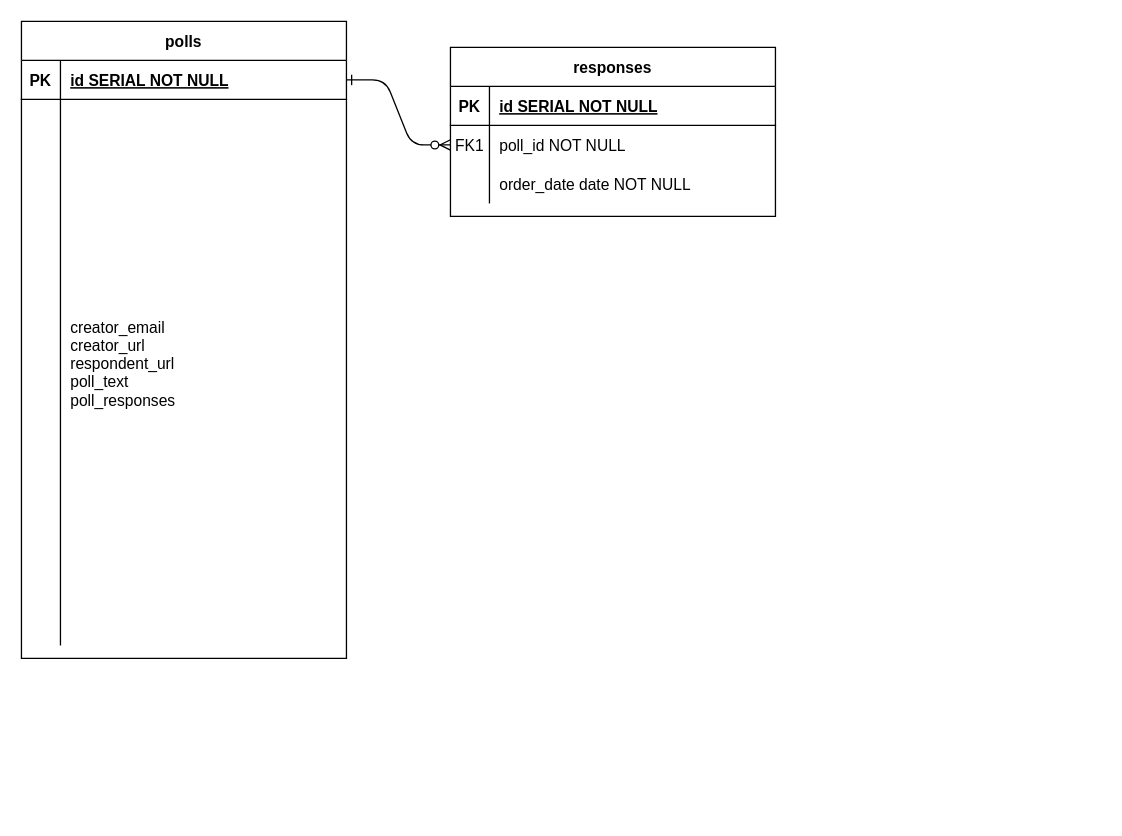
The draw.io diagram docs/ERD.drawio in gybubest/midterm, before the edit. Source tidied: cells renumbered, new cells numbered last; positions are measured from the earlier drawing's top-left corner, leaving out a move shared by most shapes. Both pictures are drawn from the tidied source at 130%, with x=0, y=0 at pixel (21, 21).
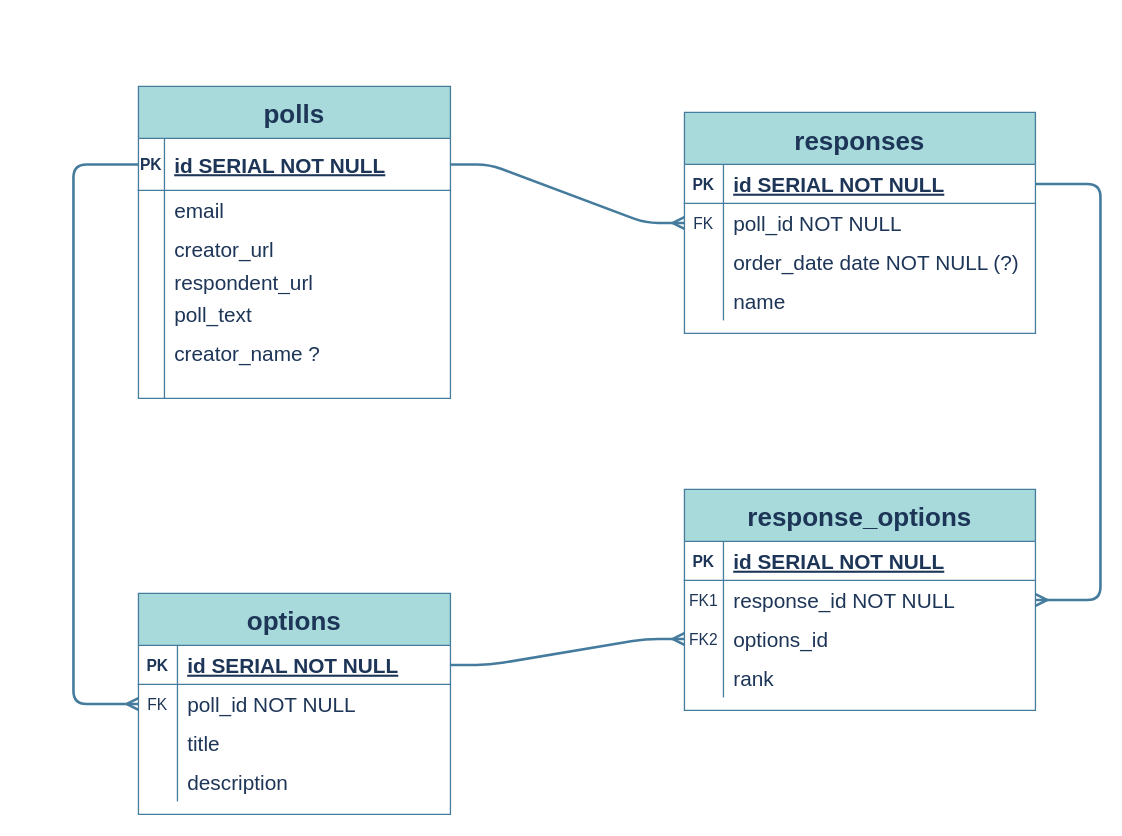
Above is the later version.

Commit message:
Update ERD.drawio - First complete draft

Change to the diagram source:
```diff
@@
-    <mxCell id="2" style="edgeStyle=entityRelationEdgeStyle;endArrow=ERzeroToMany;startArrow=ERone;endFill=1;startFill=0;" parent="1" edge="1" source="14" target="7">
+    <mxCell id="2" style="edgeStyle=entityRelationEdgeStyle;endArrow=ERmany;startArrow=none;endFill=0;startFill=0;strokeWidth=2;labelBackgroundColor=#F1FAEE;strokeColor=#457B9D;fontColor=#1D3557;" parent="1" edge="1" source="14" target="7">
       <mxGeometry relative="1" as="geometry" />
     </mxCell>
-    <mxCell id="3" value="responses" style="shape=table;startSize=30;childLayout=tableLayout;rowLines=0;fontStyle=1;align=center;" parent="1" vertex="1">
-      <mxGeometry x="330" y="20" width="250" height="130" as="geometry" />
+    <mxCell id="3" value="responses" style="shape=table;startSize=40;childLayout=tableLayout;rowLines=0;fontStyle=1;align=center;fontSize=20;fillColor=#A8DADC;strokeColor=#457B9D;fontColor=#1D3557;" parent="1" vertex="1">
+      <mxGeometry x="510" y="70" width="270" height="170" as="geometry" />
     </mxCell>
-    <mxCell id="4" style="shape=partialRectangle;fillColor=none;points=[[0,0.5],[1,0.5]];portConstraint=eastwest;top=0;left=0;right=0;bottom=1;" parent="3" vertex="1">
-      <mxGeometry y="30" width="250" height="30" as="geometry" />
+    <mxCell id="4" style="shape=partialRectangle;fillColor=none;points=[[0,0.5],[1,0.5]];portConstraint=eastwest;top=0;left=0;right=0;bottom=1;strokeColor=#457B9D;fontColor=#1D3557;" parent="3" vertex="1">
+      <mxGeometry y="40" width="270" height="30" as="geometry" />
     </mxCell>
-    <mxCell id="5" value="PK" style="shape=partialRectangle;overflow=hidden;fillColor=none;top=0;left=0;bottom=0;right=0;fontStyle=1;" parent="4" vertex="1">
+    <mxCell id="5" value="PK" style="shape=partialRectangle;overflow=hidden;fillColor=none;top=0;left=0;bottom=0;right=0;fontStyle=1;strokeColor=#457B9D;fontColor=#1D3557;" parent="4" vertex="1">
       <mxGeometry width="30" height="30" as="geometry" />
     </mxCell>
-    <mxCell id="6" value="id SERIAL NOT NULL " style="shape=partialRectangle;overflow=hidden;fillColor=none;top=0;left=0;bottom=0;right=0;align=left;spacingLeft=6;fontStyle=5;" parent="4" vertex="1">
-      <mxGeometry x="30" width="220" height="30" as="geometry" />
+    <mxCell id="6" value="id SERIAL NOT NULL " style="shape=partialRectangle;overflow=hidden;fillColor=none;top=0;left=0;bottom=0;right=0;align=left;spacingLeft=6;fontStyle=5;fontSize=16;strokeColor=#457B9D;fontColor=#1D3557;" parent="4" vertex="1">
+      <mxGeometry x="30" width="240" height="30" as="geometry" />
     </mxCell>
-    <mxCell id="7" style="shape=partialRectangle;fillColor=none;points=[[0,0.5],[1,0.5]];portConstraint=eastwest;top=0;left=0;right=0;bottom=0;" parent="3" vertex="1">
-      <mxGeometry y="60" width="250" height="30" as="geometry" />
+    <mxCell id="7" style="shape=partialRectangle;fillColor=none;points=[[0,0.5],[1,0.5]];portConstraint=eastwest;top=0;left=0;right=0;bottom=0;strokeColor=#457B9D;fontColor=#1D3557;" parent="3" vertex="1">
+      <mxGeometry y="70" width="270" height="30" as="geometry" />
     </mxCell>
-    <mxCell id="8" value="FK1" style="shape=partialRectangle;overflow=hidden;fillColor=none;top=0;left=0;bottom=0;right=0;" parent="7" vertex="1">
+    <mxCell id="8" value="FK" style="shape=partialRectangle;overflow=hidden;fillColor=none;top=0;left=0;bottom=0;right=0;strokeColor=#457B9D;fontColor=#1D3557;" parent="7" vertex="1">
       <mxGeometry width="30" height="30" as="geometry" />
     </mxCell>
-    <mxCell id="9" value="poll_id NOT NULL" style="shape=partialRectangle;overflow=hidden;fillColor=none;top=0;left=0;bottom=0;right=0;align=left;spacingLeft=6;" parent="7" vertex="1">
-      <mxGeometry x="30" width="220" height="30" as="geometry" />
+    <mxCell id="9" value="poll_id NOT NULL" style="shape=partialRectangle;overflow=hidden;fillColor=none;top=0;left=0;bottom=0;right=0;align=left;spacingLeft=6;fontSize=16;strokeColor=#457B9D;fontColor=#1D3557;" parent="7" vertex="1">
+      <mxGeometry x="30" width="240" height="30" as="geometry" />
     </mxCell>
-    <mxCell id="10" style="shape=partialRectangle;fillColor=none;top=0;left=0;right=0;bottom=0;" parent="3" vertex="1">
-      <mxGeometry y="90" width="250" height="30" as="geometry" />
+    <mxCell id="10" style="shape=partialRectangle;fillColor=none;top=0;left=0;right=0;bottom=0;strokeColor=#457B9D;fontColor=#1D3557;" parent="3" vertex="1">
+      <mxGeometry y="100" width="270" height="30" as="geometry" />
     </mxCell>
-    <mxCell id="11" style="shape=partialRectangle;overflow=hidden;fillColor=none;top=0;left=0;bottom=0;right=0;" parent="10" vertex="1">
+    <mxCell id="11" style="shape=partialRectangle;overflow=hidden;fillColor=none;top=0;left=0;bottom=0;right=0;strokeColor=#457B9D;fontColor=#1D3557;" parent="10" vertex="1">
       <mxGeometry width="30" height="30" as="geometry" />
     </mxCell>
-    <mxCell id="12" value="order_date date NOT NULL" style="shape=partialRectangle;overflow=hidden;fillColor=none;top=0;left=0;bottom=0;right=0;align=left;spacingLeft=6;" parent="10" vertex="1">
-      <mxGeometry x="30" width="220" height="30" as="geometry" />
+    <mxCell id="12" value="order_date date NOT NULL (?)" style="shape=partialRectangle;overflow=hidden;fillColor=none;top=0;left=0;bottom=0;right=0;align=left;spacingLeft=6;fontSize=16;strokeColor=#457B9D;fontColor=#1D3557;" parent="10" vertex="1">
+      <mxGeometry x="30" width="240" height="30" as="geometry" />
     </mxCell>
+    <mxCell id="20" style="shape=partialRectangle;fillColor=none;top=0;left=0;right=0;bottom=0;strokeColor=#457B9D;fontColor=#1D3557;" parent="3" vertex="1">
+      <mxGeometry y="130" width="270" height="30" as="geometry" />
+    </mxCell>
+    <mxCell id="21" style="shape=partialRectangle;overflow=hidden;fillColor=none;top=0;left=0;bottom=0;right=0;strokeColor=#457B9D;fontColor=#1D3557;" parent="20" vertex="1">
+      <mxGeometry width="30" height="30" as="geometry" />
+    </mxCell>
+    <mxCell id="22" value="name" style="shape=partialRectangle;overflow=hidden;fillColor=none;top=0;left=0;bottom=0;right=0;align=left;spacingLeft=6;fontSize=16;strokeColor=#457B9D;fontColor=#1D3557;" parent="20" vertex="1">
+      <mxGeometry x="30" width="240" height="30" as="geometry" />
+    </mxCell>
-    <mxCell id="13" value="polls" style="shape=table;startSize=30;childLayout=tableLayout;rowLines=0;fontStyle=1;align=center;" parent="1" vertex="1">
-      <mxGeometry width="250" height="490" as="geometry" />
+    <mxCell id="13" value="polls" style="shape=table;startSize=40;childLayout=tableLayout;rowLines=0;fontStyle=1;align=center;fontSize=20;fillColor=#A8DADC;strokeColor=#457B9D;fontColor=#1D3557;" parent="1" vertex="1">
+      <mxGeometry x="90" y="50" width="240" height="240" as="geometry" />
     </mxCell>
-    <mxCell id="14" style="shape=partialRectangle;fillColor=none;points=[[0,0.5],[1,0.5]];portConstraint=eastwest;top=0;left=0;right=0;bottom=1;" parent="13" vertex="1">
-      <mxGeometry y="30" width="250" height="30" as="geometry" />
+    <mxCell id="14" style="shape=partialRectangle;fillColor=none;points=[[0,0.5],[1,0.5]];portConstraint=eastwest;top=0;left=0;right=0;bottom=1;strokeColor=#457B9D;fontColor=#1D3557;" parent="13" vertex="1">
+      <mxGeometry y="40" width="240" height="40" as="geometry" />
     </mxCell>
-    <mxCell id="15" value="PK" style="shape=partialRectangle;overflow=hidden;fillColor=none;top=0;left=0;bottom=0;right=0;fontStyle=1;" parent="14" vertex="1">
-      <mxGeometry width="30" height="30" as="geometry" />
+    <mxCell id="15" value="PK" style="shape=partialRectangle;overflow=hidden;fillColor=none;top=0;left=0;bottom=0;right=0;fontStyle=1;strokeColor=#457B9D;fontColor=#1D3557;" parent="14" vertex="1">
+      <mxGeometry width="20" height="40" as="geometry" />
     </mxCell>
-    <mxCell id="16" value="id SERIAL NOT NULL " style="shape=partialRectangle;overflow=hidden;fillColor=none;top=0;left=0;bottom=0;right=0;align=left;spacingLeft=6;fontStyle=5;" parent="14" vertex="1">
-      <mxGeometry x="30" width="220" height="30" as="geometry" />
+    <mxCell id="16" value="id SERIAL NOT NULL " style="shape=partialRectangle;overflow=hidden;fillColor=none;top=0;left=0;bottom=0;right=0;align=left;spacingLeft=6;fontStyle=5;fontSize=16;strokeColor=#457B9D;fontColor=#1D3557;" parent="14" vertex="1">
+      <mxGeometry x="20" width="220" height="40" as="geometry" />
     </mxCell>
-    <mxCell id="17" style="shape=partialRectangle;fillColor=none;top=0;left=0;right=0;bottom=0;" parent="13" vertex="1">
-      <mxGeometry y="60" width="250" height="420" as="geometry" />
-    </mxCell>
-    <mxCell id="18" style="shape=partialRectangle;overflow=hidden;fillColor=none;top=0;left=0;bottom=0;right=0;" parent="17" vertex="1">
-      <mxGeometry width="30" height="420" as="geometry" />
-    </mxCell>
-    <mxCell id="19" value="creator_email&#10;creator_url&#10;respondent_url&#10;poll_text&#10;poll_responses&#10;" style="shape=partialRectangle;overflow=hidden;fillColor=none;top=0;left=0;bottom=0;right=0;align=left;spacingLeft=6;" parent="17" vertex="1">
-      <mxGeometry x="30" width="220" height="420" as="geometry" />
-    </mxCell>
+    <mxCell id="23" style="shape=partialRectangle;fillColor=none;top=0;left=0;right=0;bottom=0;strokeColor=#457B9D;fontColor=#1D3557;" parent="13" vertex="1">
+      <mxGeometry y="80" width="240" height="30" as="geometry" />
+    </mxCell>
+    <mxCell id="24" style="shape=partialRectangle;overflow=hidden;fillColor=none;top=0;left=0;bottom=0;right=0;strokeColor=#457B9D;fontColor=#1D3557;" parent="23" vertex="1">
+      <mxGeometry width="20" height="30" as="geometry" />
+    </mxCell>
+    <mxCell id="25" value="email" style="shape=partialRectangle;overflow=hidden;fillColor=none;top=0;left=0;bottom=0;right=0;align=left;spacingLeft=6;verticalAlign=middle;fontSize=16;strokeColor=#457B9D;fontColor=#1D3557;" parent="23" vertex="1">
+      <mxGeometry x="20" width="220" height="30" as="geometry" />
+    </mxCell>
+    <mxCell id="26" style="shape=partialRectangle;fillColor=none;top=0;left=0;right=0;bottom=0;strokeColor=#457B9D;fontColor=#1D3557;" parent="13" vertex="1">
+      <mxGeometry y="110" width="240" height="30" as="geometry" />
+    </mxCell>
+    <mxCell id="27" style="shape=partialRectangle;overflow=hidden;fillColor=none;top=0;left=0;bottom=0;right=0;strokeColor=#457B9D;fontColor=#1D3557;" parent="26" vertex="1">
+      <mxGeometry width="20" height="30" as="geometry" />
+    </mxCell>
+    <mxCell id="28" value="creator_url" style="shape=partialRectangle;overflow=hidden;fillColor=none;top=0;left=0;bottom=0;right=0;align=left;spacingLeft=6;verticalAlign=middle;fontSize=16;strokeColor=#457B9D;fontColor=#1D3557;" parent="26" vertex="1">
+      <mxGeometry x="20" width="220" height="30" as="geometry" />
+    </mxCell>
+    <mxCell id="29" style="shape=partialRectangle;fillColor=none;top=0;left=0;right=0;bottom=0;strokeColor=#457B9D;fontColor=#1D3557;" parent="13" vertex="1">
+      <mxGeometry y="140" width="240" height="20" as="geometry" />
+    </mxCell>
+    <mxCell id="30" style="shape=partialRectangle;overflow=hidden;fillColor=none;top=0;left=0;bottom=0;right=0;strokeColor=#457B9D;fontColor=#1D3557;" parent="29" vertex="1">
+      <mxGeometry width="20" height="20" as="geometry" />
+    </mxCell>
+    <mxCell id="31" value="respondent_url" style="shape=partialRectangle;overflow=hidden;fillColor=none;top=0;left=0;bottom=0;right=0;align=left;spacingLeft=6;verticalAlign=middle;fontSize=16;strokeColor=#457B9D;fontColor=#1D3557;" parent="29" vertex="1">
+      <mxGeometry x="20" width="220" height="20" as="geometry" />
+    </mxCell>
+    <mxCell id="32" style="shape=partialRectangle;fillColor=none;top=0;left=0;right=0;bottom=0;strokeColor=#457B9D;fontColor=#1D3557;" parent="13" vertex="1">
+      <mxGeometry y="160" width="240" height="30" as="geometry" />
+    </mxCell>
+    <mxCell id="33" style="shape=partialRectangle;overflow=hidden;fillColor=none;top=0;left=0;bottom=0;right=0;strokeColor=#457B9D;fontColor=#1D3557;" parent="32" vertex="1">
+      <mxGeometry width="20" height="30" as="geometry" />
+    </mxCell>
+    <mxCell id="34" value="poll_text" style="shape=partialRectangle;overflow=hidden;fillColor=none;top=0;left=0;bottom=0;right=0;align=left;spacingLeft=6;verticalAlign=middle;fontSize=16;strokeColor=#457B9D;fontColor=#1D3557;" parent="32" vertex="1">
+      <mxGeometry x="20" width="220" height="30" as="geometry" />
+    </mxCell>
+    <mxCell id="35" style="shape=partialRectangle;fillColor=none;top=0;left=0;right=0;bottom=0;strokeColor=#457B9D;fontColor=#1D3557;" parent="13" vertex="1">
+      <mxGeometry y="190" width="240" height="30" as="geometry" />
+    </mxCell>
+    <mxCell id="36" style="shape=partialRectangle;overflow=hidden;fillColor=none;top=0;left=0;bottom=0;right=0;strokeColor=#457B9D;fontColor=#1D3557;" parent="35" vertex="1">
+      <mxGeometry width="20" height="30" as="geometry" />
+    </mxCell>
+    <mxCell id="37" value="creator_name ?" style="shape=partialRectangle;overflow=hidden;fillColor=none;top=0;left=0;bottom=0;right=0;align=left;spacingLeft=6;verticalAlign=middle;fontSize=16;strokeColor=#457B9D;fontColor=#1D3557;" parent="35" vertex="1">
+      <mxGeometry x="20" width="220" height="30" as="geometry" />
+    </mxCell>
+    <mxCell id="38" style="shape=partialRectangle;fillColor=none;top=0;left=0;right=0;bottom=0;strokeColor=#457B9D;fontColor=#1D3557;" parent="13" vertex="1">
+      <mxGeometry y="220" width="240" height="20" as="geometry" />
+    </mxCell>
+    <mxCell id="39" style="shape=partialRectangle;overflow=hidden;fillColor=none;top=0;left=0;bottom=0;right=0;strokeColor=#457B9D;fontColor=#1D3557;" parent="38" vertex="1">
+      <mxGeometry width="20" height="20" as="geometry" />
+    </mxCell>
+    <mxCell id="40" style="shape=partialRectangle;overflow=hidden;fillColor=none;top=0;left=0;bottom=0;right=0;align=left;spacingLeft=6;verticalAlign=middle;fontSize=16;strokeColor=#457B9D;fontColor=#1D3557;" parent="38" vertex="1">
+      <mxGeometry x="20" width="220" height="20" as="geometry" />
+    </mxCell>
+    <mxCell id="41" value="options" style="shape=table;startSize=40;childLayout=tableLayout;rowLines=0;fontStyle=1;align=center;fontSize=20;fillColor=#A8DADC;strokeColor=#457B9D;fontColor=#1D3557;" parent="1" vertex="1">
+      <mxGeometry x="90" y="440" width="240" height="170" as="geometry" />
+    </mxCell>
+    <mxCell id="42" style="shape=partialRectangle;fillColor=none;top=0;left=0;right=0;bottom=1;strokeColor=#457B9D;fontColor=#1D3557;" parent="41" vertex="1">
+      <mxGeometry y="40" width="240" height="30" as="geometry" />
+    </mxCell>
+    <mxCell id="43" value="PK" style="shape=partialRectangle;overflow=hidden;fillColor=none;top=0;left=0;bottom=0;right=0;fontStyle=1;fontSize=12;strokeColor=#457B9D;fontColor=#1D3557;" parent="42" vertex="1">
+      <mxGeometry width="30" height="30" as="geometry" />
+    </mxCell>
+    <mxCell id="44" value="id SERIAL NOT NULL " style="shape=partialRectangle;overflow=hidden;fillColor=none;top=0;left=0;bottom=0;right=0;align=left;spacingLeft=6;fontStyle=5;fontSize=16;strokeColor=#457B9D;fontColor=#1D3557;" parent="42" vertex="1">
+      <mxGeometry x="30" width="210" height="30" as="geometry" />
+    </mxCell>
+    <mxCell id="45" style="shape=partialRectangle;fillColor=none;points=[[0,0.5],[1,0.5]];portConstraint=eastwest;top=0;left=0;right=0;bottom=0;strokeColor=#457B9D;fontColor=#1D3557;" parent="41" vertex="1">
+      <mxGeometry y="70" width="240" height="30" as="geometry" />
+    </mxCell>
+    <mxCell id="46" value="FK" style="shape=partialRectangle;overflow=hidden;fillColor=none;top=0;left=0;bottom=0;right=0;fontSize=12;strokeColor=#457B9D;fontColor=#1D3557;" parent="45" vertex="1">
+      <mxGeometry width="30" height="30" as="geometry" />
+    </mxCell>
+    <mxCell id="47" value="poll_id NOT NULL" style="shape=partialRectangle;overflow=hidden;fillColor=none;top=0;left=0;bottom=0;right=0;align=left;spacingLeft=6;fontSize=16;strokeColor=#457B9D;fontColor=#1D3557;" parent="45" vertex="1">
+      <mxGeometry x="30" width="210" height="30" as="geometry" />
+    </mxCell>
+    <mxCell id="48" style="shape=partialRectangle;fillColor=none;top=0;left=0;right=0;bottom=0;strokeColor=#457B9D;fontColor=#1D3557;" parent="41" vertex="1">
+      <mxGeometry y="100" width="240" height="30" as="geometry" />
+    </mxCell>
+    <mxCell id="49" style="shape=partialRectangle;overflow=hidden;fillColor=none;top=0;left=0;bottom=0;right=0;strokeColor=#457B9D;fontColor=#1D3557;" parent="48" vertex="1">
+      <mxGeometry width="30" height="30" as="geometry" />
+    </mxCell>
+    <mxCell id="50" value="title" style="shape=partialRectangle;overflow=hidden;fillColor=none;top=0;left=0;bottom=0;right=0;align=left;spacingLeft=6;fontSize=16;strokeColor=#457B9D;fontColor=#1D3557;" parent="48" vertex="1">
+      <mxGeometry x="30" width="210" height="30" as="geometry" />
+    </mxCell>
+    <mxCell id="51" style="shape=partialRectangle;fillColor=none;top=0;left=0;right=0;bottom=0;strokeColor=#457B9D;fontColor=#1D3557;" parent="41" vertex="1">
+      <mxGeometry y="130" width="240" height="30" as="geometry" />
+    </mxCell>
+    <mxCell id="52" style="shape=partialRectangle;overflow=hidden;fillColor=none;top=0;left=0;bottom=0;right=0;strokeColor=#457B9D;fontColor=#1D3557;" parent="51" vertex="1">
+      <mxGeometry width="30" height="30" as="geometry" />
+    </mxCell>
+    <mxCell id="53" value="description" style="shape=partialRectangle;overflow=hidden;fillColor=none;top=0;left=0;bottom=0;right=0;align=left;spacingLeft=6;fontSize=16;strokeColor=#457B9D;fontColor=#1D3557;" parent="51" vertex="1">
+      <mxGeometry x="30" width="210" height="30" as="geometry" />
+    </mxCell>
+    <mxCell id="54" style="edgeStyle=orthogonalEdgeStyle;rounded=1;jettySize=auto;html=1;exitX=0;exitY=0.5;exitDx=0;exitDy=0;entryX=0;entryY=0.5;entryDx=0;entryDy=0;startArrow=none;startFill=0;endArrow=ERmany;endFill=0;fontColor=#1D3557;fontSize=12;strokeWidth=2;labelBackgroundColor=#F1FAEE;strokeColor=#457B9D;" parent="1" edge="1" source="14" target="45">
+      <mxGeometry relative="1" as="geometry">
+        <Array as="points">
+          <mxPoint x="40" y="110" />
+          <mxPoint x="40" y="525" />
+        </Array>
+      </mxGeometry>
+    </mxCell>
+    <mxCell id="55" value="response_options" style="shape=table;startSize=40;childLayout=tableLayout;rowLines=0;fontStyle=1;align=center;fontSize=20;fillColor=#A8DADC;strokeColor=#457B9D;fontColor=#1D3557;" parent="1" vertex="1">
+      <mxGeometry x="510" y="360" width="270" height="170" as="geometry" />
+    </mxCell>
+    <mxCell id="56" style="shape=partialRectangle;fillColor=none;top=0;left=0;right=0;bottom=1;strokeColor=#457B9D;fontColor=#1D3557;" parent="55" vertex="1">
+      <mxGeometry y="40" width="270" height="30" as="geometry" />
+    </mxCell>
+    <mxCell id="57" value="PK" style="shape=partialRectangle;overflow=hidden;fillColor=none;top=0;left=0;bottom=0;right=0;fontStyle=1;strokeColor=#457B9D;fontColor=#1D3557;" parent="56" vertex="1">
+      <mxGeometry width="30" height="30" as="geometry" />
+    </mxCell>
+    <mxCell id="58" value="id SERIAL NOT NULL " style="shape=partialRectangle;overflow=hidden;fillColor=none;top=0;left=0;bottom=0;right=0;align=left;spacingLeft=6;fontStyle=5;fontSize=16;strokeColor=#457B9D;fontColor=#1D3557;" parent="56" vertex="1">
+      <mxGeometry x="30" width="240" height="30" as="geometry" />
+    </mxCell>
+    <mxCell id="59" style="shape=partialRectangle;fillColor=none;points=[[0,0.5],[1,0.5]];portConstraint=eastwest;top=0;left=0;right=0;bottom=0;strokeColor=#457B9D;fontColor=#1D3557;" parent="55" vertex="1">
+      <mxGeometry y="70" width="270" height="30" as="geometry" />
+    </mxCell>
+    <mxCell id="60" value="FK1" style="shape=partialRectangle;overflow=hidden;fillColor=none;top=0;left=0;bottom=0;right=0;strokeColor=#457B9D;fontColor=#1D3557;" parent="59" vertex="1">
+      <mxGeometry width="30" height="30" as="geometry" />
+    </mxCell>
+    <mxCell id="61" value="response_id NOT NULL" style="shape=partialRectangle;overflow=hidden;fillColor=none;top=0;left=0;bottom=0;right=0;align=left;spacingLeft=6;fontSize=16;strokeColor=#457B9D;fontColor=#1D3557;" parent="59" vertex="1">
+      <mxGeometry x="30" width="240" height="30" as="geometry" />
+    </mxCell>
+    <mxCell id="62" style="shape=partialRectangle;fillColor=none;points=[[0,0.5],[1,0.5]];portConstraint=eastwest;top=0;left=0;right=0;bottom=0;strokeColor=#457B9D;fontColor=#1D3557;" parent="55" vertex="1">
+      <mxGeometry y="100" width="270" height="30" as="geometry" />
+    </mxCell>
+    <mxCell id="63" value="FK2" style="shape=partialRectangle;overflow=hidden;fillColor=none;top=0;left=0;bottom=0;right=0;strokeColor=#457B9D;fontColor=#1D3557;" parent="62" vertex="1">
+      <mxGeometry width="30" height="30" as="geometry" />
+    </mxCell>
+    <mxCell id="64" value="options_id" style="shape=partialRectangle;overflow=hidden;fillColor=none;top=0;left=0;bottom=0;right=0;align=left;spacingLeft=6;fontSize=16;strokeColor=#457B9D;fontColor=#1D3557;" parent="62" vertex="1">
+      <mxGeometry x="30" width="240" height="30" as="geometry" />
+    </mxCell>
+    <mxCell id="65" style="shape=partialRectangle;fillColor=none;top=0;left=0;right=0;bottom=0;strokeColor=#457B9D;fontColor=#1D3557;" parent="55" vertex="1">
+      <mxGeometry y="130" width="270" height="30" as="geometry" />
+    </mxCell>
+    <mxCell id="66" style="shape=partialRectangle;overflow=hidden;fillColor=none;top=0;left=0;bottom=0;right=0;strokeColor=#457B9D;fontColor=#1D3557;" parent="65" vertex="1">
+      <mxGeometry width="30" height="30" as="geometry" />
+    </mxCell>
+    <mxCell id="67" value="rank" style="shape=partialRectangle;overflow=hidden;fillColor=none;top=0;left=0;bottom=0;right=0;align=left;spacingLeft=6;fontSize=16;strokeColor=#457B9D;fontColor=#1D3557;" parent="65" vertex="1">
+      <mxGeometry x="30" width="240" height="30" as="geometry" />
+    </mxCell>
+    <mxCell id="68" style="edgeStyle=entityRelationEdgeStyle;fontSize=12;html=1;endArrow=ERmany;strokeColor=#457B9D;fillColor=#A8DADC;entryX=0;entryY=0.5;entryDx=0;entryDy=0;strokeWidth=2;" parent="1" edge="1" target="62">
+      <mxGeometry relative="1" as="geometry">
+        <mxPoint x="330" y="495" as="sourcePoint" />
+      </mxGeometry>
+    </mxCell>
+    <mxCell id="69" style="edgeStyle=orthogonalEdgeStyle;curved=0;rounded=1;sketch=0;jettySize=auto;html=1;exitX=1;exitY=0.5;exitDx=0;exitDy=0;entryX=1;entryY=0.5;entryDx=0;entryDy=0;strokeColor=#457B9D;strokeWidth=2;fillColor=#A8DADC;fontColor=#1D3557;endArrow=ERmany;endFill=0;" parent="1" edge="1" source="4" target="59">
+      <mxGeometry relative="1" as="geometry">
+        <Array as="points">
+          <mxPoint x="830" y="125" />
+          <mxPoint x="830" y="445" />
+        </Array>
+      </mxGeometry>
+    </mxCell>
```
